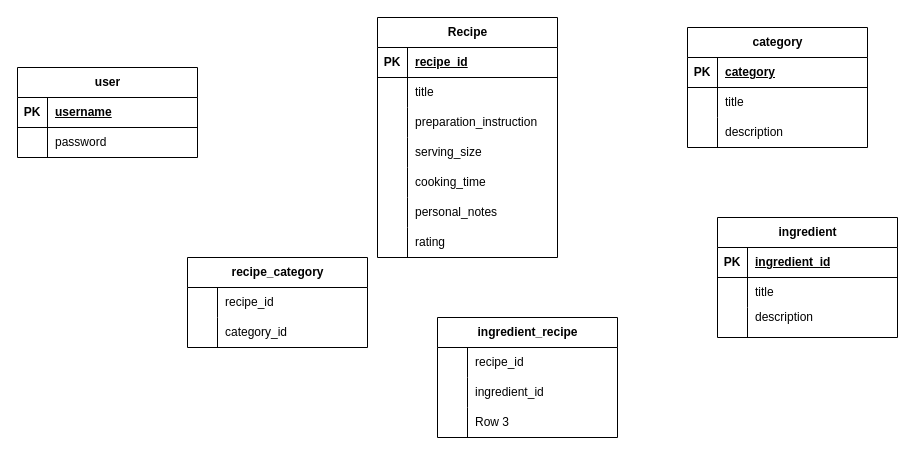
Above: extra/flavorai_db.drawio in thebigby10/FlavourAI (draw.io), before the change. Source tidied: cells renumbered, new cells numbered last; positions are measured from the earlier drawing's top-left corner, leaving out a move shared by most shapes. Both pictures are drawn from the tidied source at 100%, with x=0, y=0 at pixel (17, 17).
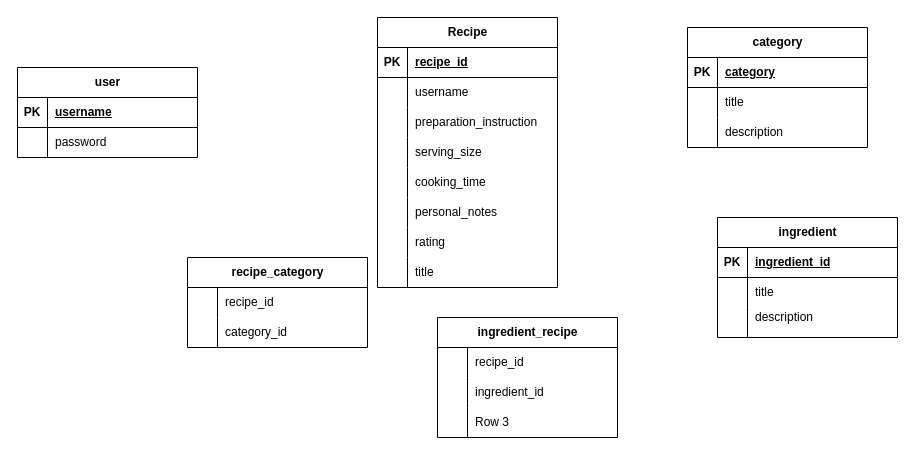
The same diagram, later.

The change refers to these unchanged cells:
```xml
<mxCell id="13" style="shape=tableRow;horizontal=0;startSize=0;swimlaneHead=0;swimlaneBody=0;fillColor=none;top=0;left=0;right=0;bottom=0;" parent="9" vertex="1">
  <mxGeometry y="60" width="180" height="30" as="geometry" />
</mxCell>
```

What changed in the source:
```diff
@@
     <mxCell id="9" value="Recipe" style="shape=table;startSize=30;childLayout=tableLayout;rowLines=0;fontStyle=1;align=center;html=1;" parent="1" vertex="1">
-      <mxGeometry x="360" width="180" height="240" as="geometry" />
+      <mxGeometry x="360" width="180" height="270" as="geometry" />
     </mxCell>
@@
-    <mxCell id="15" value="title" style="shape=partialRectangle;fillColor=none;top=0;left=0;bottom=0;right=0;align=left;spacingLeft=6;overflow=hidden;whiteSpace=wrap;html=1;" parent="13" vertex="1">
+    <mxCell id="15" value="username" style="shape=partialRectangle;fillColor=none;top=0;left=0;bottom=0;right=0;align=left;spacingLeft=6;overflow=hidden;whiteSpace=wrap;html=1;" parent="13" vertex="1">
       <mxGeometry x="30" width="150" height="30" as="geometry" />
     </mxCell>
@@
+    <mxCell id="68" style="shape=tableRow;horizontal=0;startSize=0;swimlaneHead=0;swimlaneBody=0;fillColor=none;top=0;left=0;right=0;bottom=0;" parent="9" vertex="1">
+      <mxGeometry y="240" width="180" height="30" as="geometry" />
+    </mxCell>
+    <mxCell id="69" style="shape=partialRectangle;fillColor=none;top=0;left=0;bottom=0;right=0;overflow=hidden;whiteSpace=wrap;html=1;" parent="68" vertex="1">
+      <mxGeometry width="30" height="30" as="geometry" />
+    </mxCell>
+    <mxCell id="70" value="title" style="shape=partialRectangle;fillColor=none;top=0;left=0;bottom=0;right=0;align=left;spacingLeft=6;overflow=hidden;whiteSpace=wrap;html=1;" parent="68" vertex="1">
+      <mxGeometry x="30" width="150" height="30" as="geometry" />
+    </mxCell>
```
